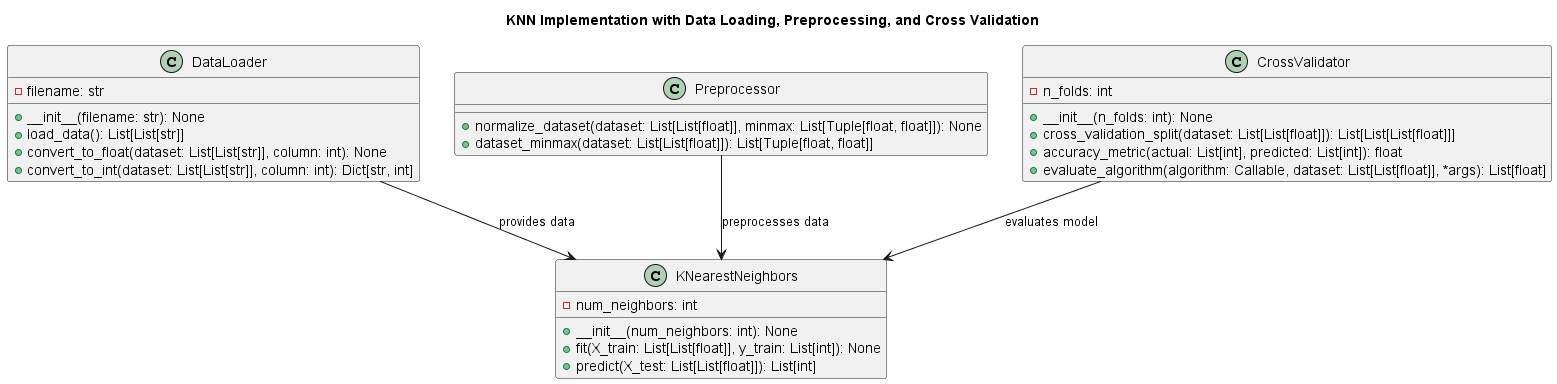
Earlier version of the PlantUML export uml/output/knn_implementation_uml/knn_implementation_uml.png (sminerport/IrisKNNClassifier). Source of this version:
```plantuml
@startuml

title KNN Implementation with Data Loading, Preprocessing, and Cross Validation

class KNearestNeighbors {
    -num_neighbors: int
    +__init__(num_neighbors: int): None
    +fit(X_train: List[List[float]], y_train: List[int]): None
    +predict(X_test: List[List[float]]): List[int]
}

class DataLoader {
    -filename: str
    +__init__(filename: str): None
    +load_data(): List[List[str]]
    +convert_to_float(dataset: List[List[str]], column: int): None
    +convert_to_int(dataset: List[List[str]], column: int): Dict[str, int]
}

class Preprocessor {
    +normalize_dataset(dataset: List[List[float]], minmax: List[Tuple[float, float]]): None
    +dataset_minmax(dataset: List[List[float]]): List[Tuple[float, float]]
}

class CrossValidator {
    -n_folds: int
    +__init__(n_folds: int): None
    +cross_validation_split(dataset: List[List[float]]): List[List[List[float]]]
    +accuracy_metric(actual: List[int], predicted: List[int]): float
    +evaluate_algorithm(algorithm: Callable, dataset: List[List[float]], *args): List[float]
}

DataLoader --> KNearestNeighbors: provides data
Preprocessor --> KNearestNeighbors: preprocesses data
CrossValidator --> KNearestNeighbors: evaluates model

@enduml
```
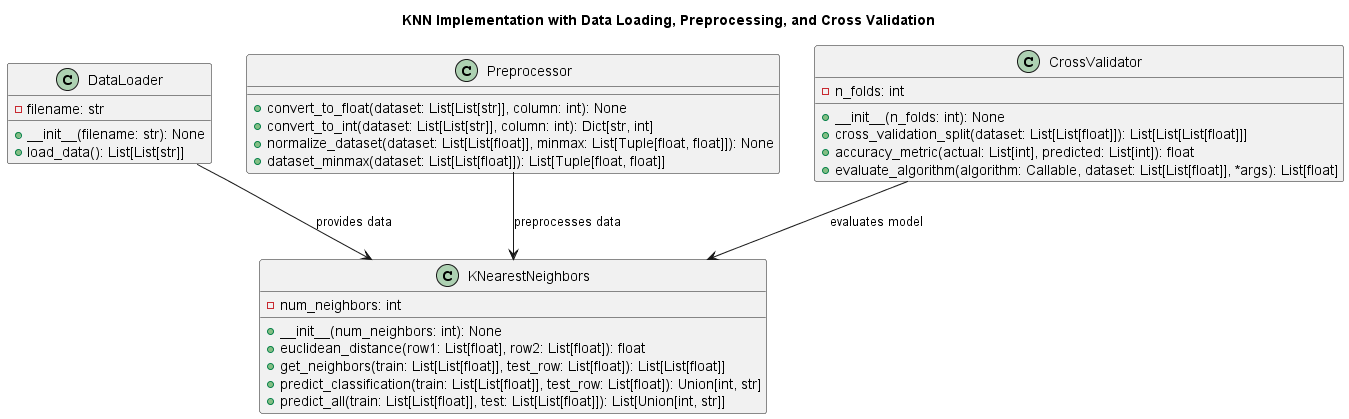
After the change.

Commit message:
knn uml new

Diff of the diagram source:
```diff
@@ -5,19 +5,21 @@
 class KNearestNeighbors {
     -num_neighbors: int
     +__init__(num_neighbors: int): None
-    +fit(X_train: List[List[float]], y_train: List[int]): None
-    +predict(X_test: List[List[float]]): List[int]
+    +euclidean_distance(row1: List[float], row2: List[float]): float
+    +get_neighbors(train: List[List[float]], test_row: List[float]): List[List[float]]
+    +predict_classification(train: List[List[float]], test_row: List[float]): Union[int, str]
+    +predict_all(train: List[List[float]], test: List[List[float]]): List[Union[int, str]]
 }
 
 class DataLoader {
     -filename: str
     +__init__(filename: str): None
     +load_data(): List[List[str]]
-    +convert_to_float(dataset: List[List[str]], column: int): None
-    +convert_to_int(dataset: List[List[str]], column: int): Dict[str, int]
 }
 
 class Preprocessor {
+    +convert_to_float(dataset: List[List[str]], column: int): None
+    +convert_to_int(dataset: List[List[str]], column: int): Dict[str, int]
     +normalize_dataset(dataset: List[List[float]], minmax: List[Tuple[float, float]]): None
     +dataset_minmax(dataset: List[List[float]]): List[Tuple[float, float]]
 }
```
